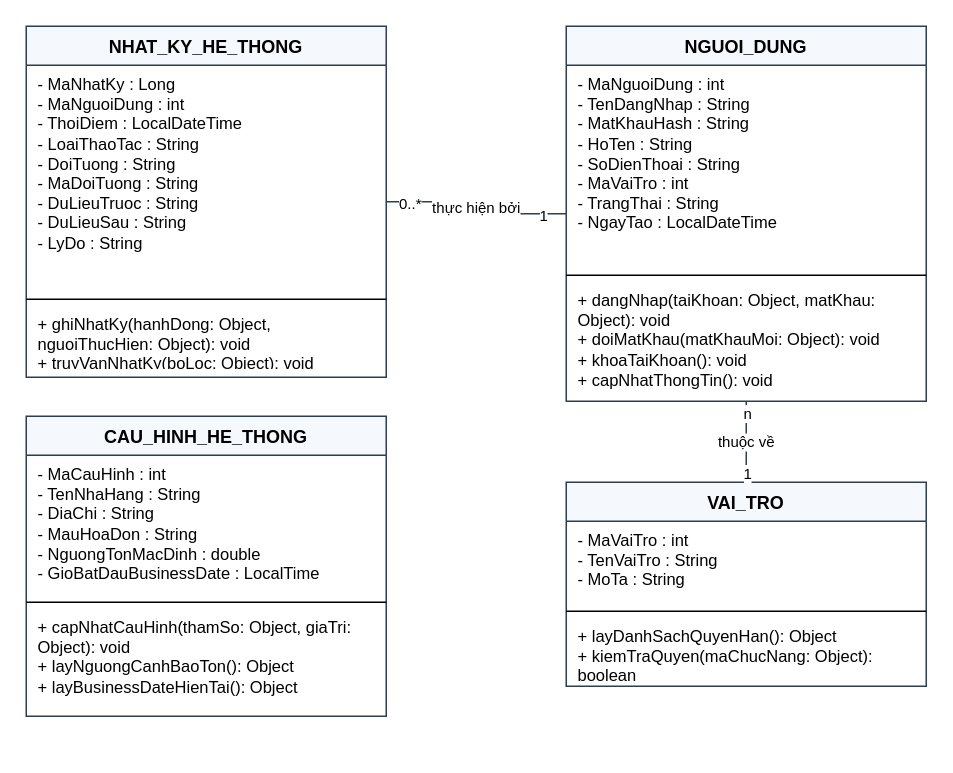
The draw.io diagram page "Cai dat he thong" (1 of 5) of docs/ClassDiagram_HeThongQuanLyNhaHang.drawio in nminhzzz/restaurant-management-ai, before the edit. Source tidied: cells renumbered, new cells numbered last; positions are measured from the earlier drawing's top-left corner, leaving out a move shared by most shapes. Both pictures are drawn from the tidied source at 150%, with x=0, y=0 at pixel (26, 26).
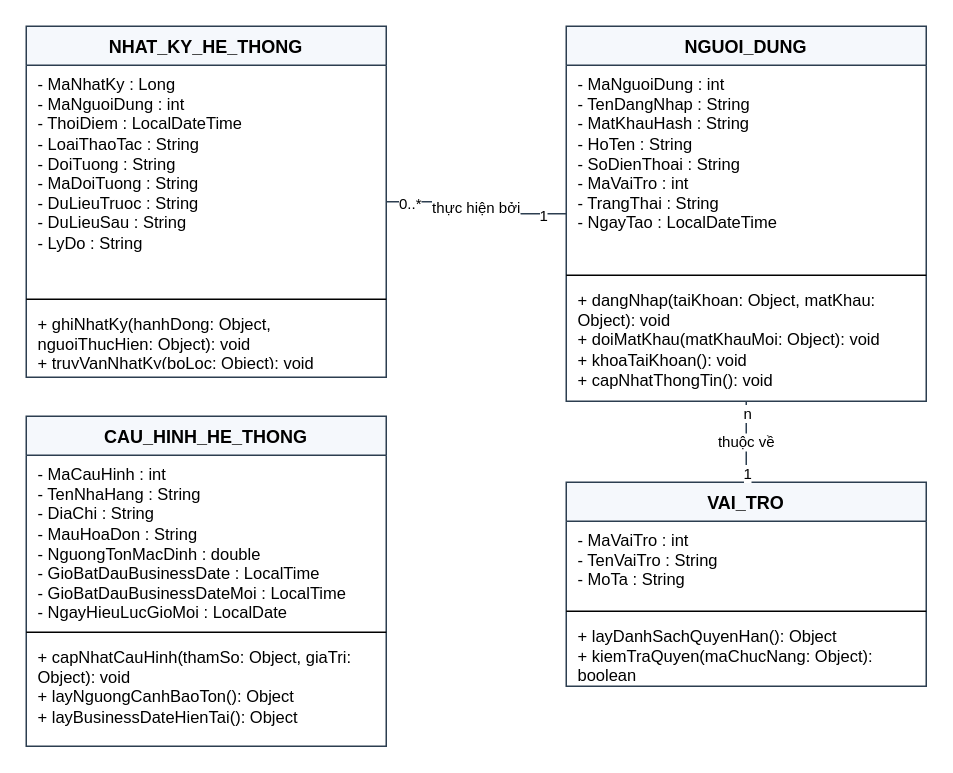
Above is the later version.

Diff of the diagram source:
```diff
@@
     <mxCell id="10" value="CAU_HINH_HE_THONG" style="swimlane;fontStyle=1;align=center;verticalAlign=top;horizontal=1;startSize=26;whiteSpace=wrap;html=1;fillColor=#F5F8FC;strokeColor=#2C3E50;dashed=0;fontSize=12;" parent="1" vertex="1">
-      <mxGeometry y="260" width="240" height="200" as="geometry" />
+      <mxGeometry y="260" width="240" height="220" as="geometry" />
     </mxCell>
-    <mxCell id="11" value="- MaCauHinh : int&lt;br&gt;- TenNhaHang : String&lt;br&gt;- DiaChi : String&lt;br&gt;- MauHoaDon : String&lt;br&gt;- NguongTonMacDinh : double&lt;br&gt;- GioBatDauBusinessDate : LocalTime" style="text;align=left;verticalAlign=top;spacingLeft=6;spacingRight=4;overflow=hidden;whiteSpace=wrap;html=1;fontSize=11;" parent="10" vertex="1">
-      <mxGeometry y="26" width="240" height="94" as="geometry" />
+    <mxCell id="11" value="- MaCauHinh : int&lt;br&gt;- TenNhaHang : String&lt;br&gt;- DiaChi : String&lt;br&gt;- MauHoaDon : String&lt;br&gt;- NguongTonMacDinh : double&lt;br&gt;- GioBatDauBusinessDate : LocalTime&lt;br&gt;- GioBatDauBusinessDateMoi : LocalTime&lt;br&gt;- NgayHieuLucGioMoi : LocalDate" style="text;align=left;verticalAlign=top;spacingLeft=6;spacingRight=4;overflow=hidden;whiteSpace=wrap;html=1;fontSize=11;" parent="10" vertex="1">
+      <mxGeometry y="26" width="240" height="114" as="geometry" />
     </mxCell>
     <mxCell id="12" style="line;strokeWidth=1;fillColor=none;align=left;verticalAlign=middle;spacingTop=-1;spacingLeft=3;spacingRight=3;html=1;" parent="10" vertex="1">
-      <mxGeometry y="120" width="240" height="8" as="geometry" />
+      <mxGeometry y="140" width="240" height="8" as="geometry" />
     </mxCell>
     <mxCell id="13" value="+ capNhatCauHinh(thamSo: Object, giaTri: Object): void&lt;br&gt;+ layNguongCanhBaoTon(): Object&lt;br&gt;+ layBusinessDateHienTai(): Object" style="text;align=left;verticalAlign=top;spacingLeft=6;spacingRight=4;overflow=hidden;whiteSpace=wrap;html=1;fontSize=11;" parent="10" vertex="1">
-      <mxGeometry y="128" width="240" height="56" as="geometry" />
+      <mxGeometry y="148" width="240" height="56" as="geometry" />
     </mxCell>
```
